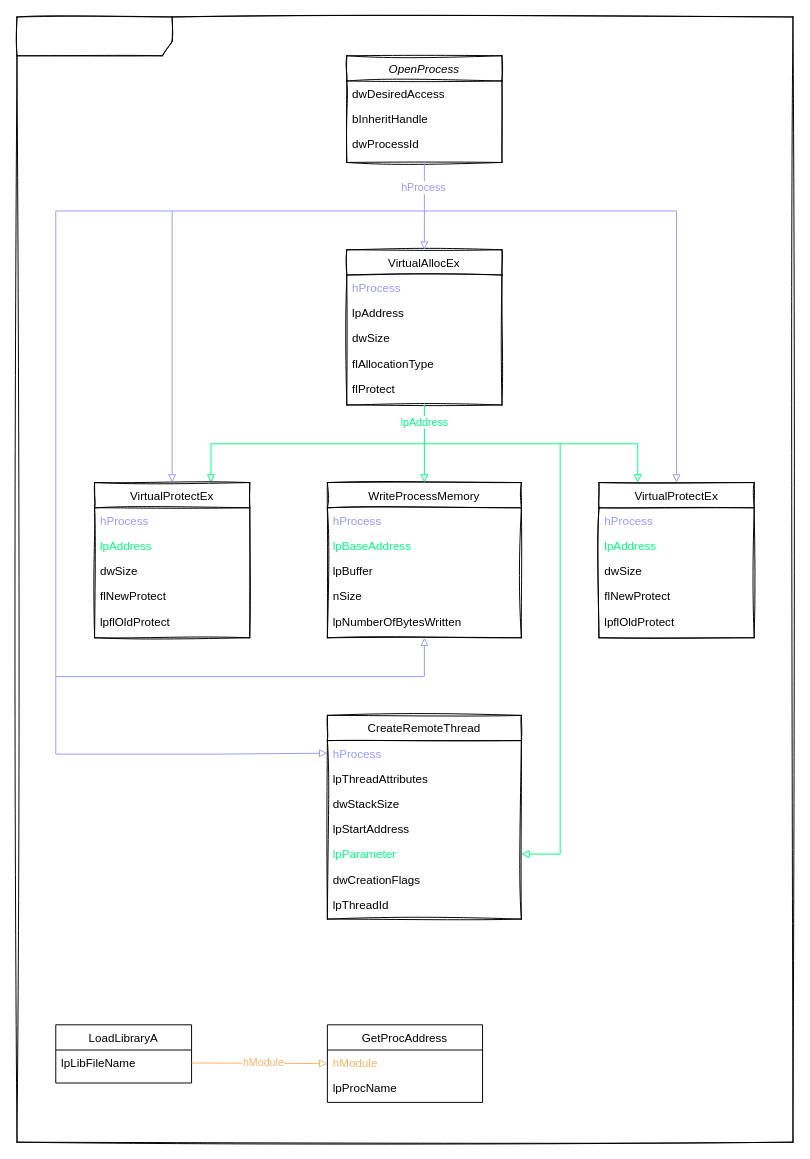
Before: docs/drawio/injectModule.drawio in themonsterdev/reverse-engineering, a draw.io diagram. Source tidied: cells renumbered, new cells numbered last; positions are measured from the earlier drawing's top-left corner, leaving out a move shared by most shapes. Both pictures are drawn from the tidied source at 97%, with x=0, y=0 at pixel (16, 16).
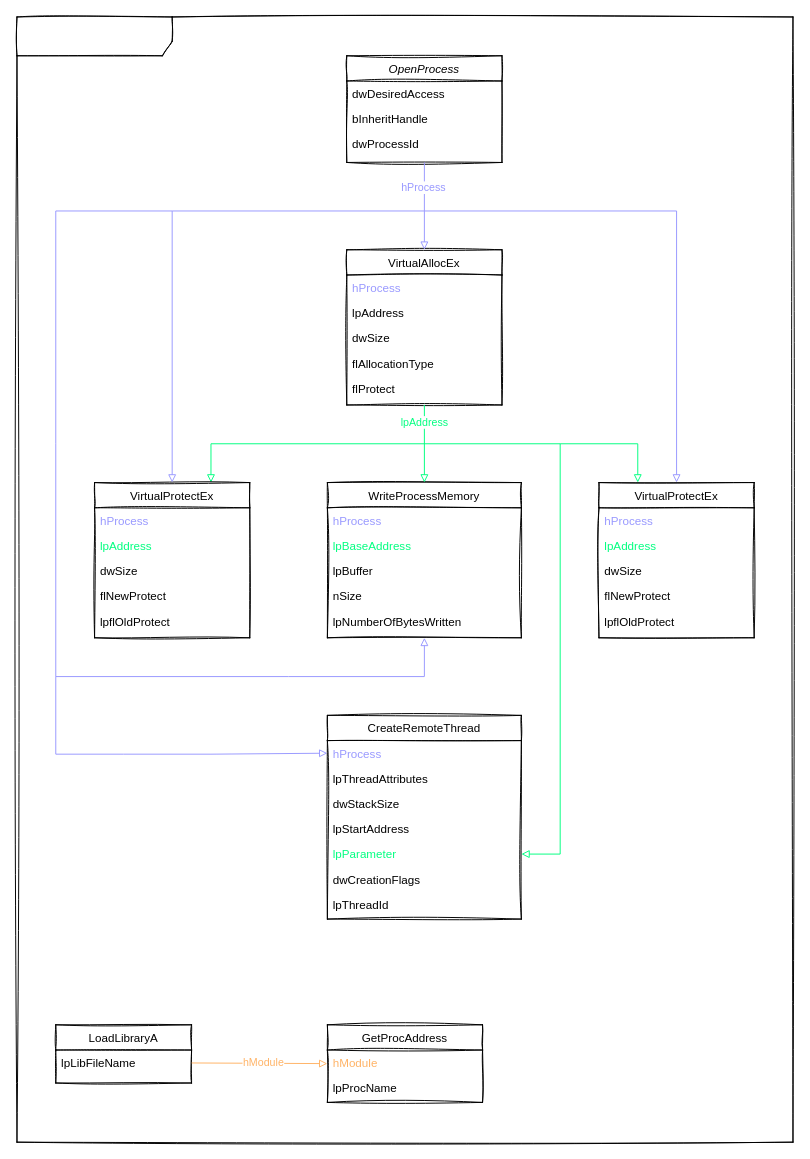
The same page after the edit.

Change to the diagram source:
```diff
@@
-    <mxCell id="32" value="LoadLibraryA" style="swimlane;fontStyle=0;align=center;verticalAlign=top;horizontal=1;startSize=26;rounded=0;shadow=0;strokeWidth=1;" parent="1" vertex="1">
+    <mxCell id="32" value="LoadLibraryA" style="swimlane;fontStyle=0;align=center;verticalAlign=top;horizontal=1;startSize=26;rounded=0;shadow=0;strokeWidth=1;sketch=1;" parent="1" vertex="1">
       <mxGeometry x="40" y="1039" width="140" height="60" as="geometry" />
     </mxCell>
@@
-    <mxCell id="34" value="GetProcAddress" style="swimlane;fontStyle=0;align=center;verticalAlign=top;horizontal=1;startSize=26;rounded=0;shadow=0;strokeWidth=1;" parent="1" vertex="1">
+    <mxCell id="34" value="GetProcAddress" style="swimlane;fontStyle=0;align=center;verticalAlign=top;horizontal=1;startSize=26;rounded=0;shadow=0;strokeWidth=1;sketch=1;" parent="1" vertex="1">
       <mxGeometry x="320" y="1039" width="160" height="80" as="geometry" />
     </mxCell>
```
